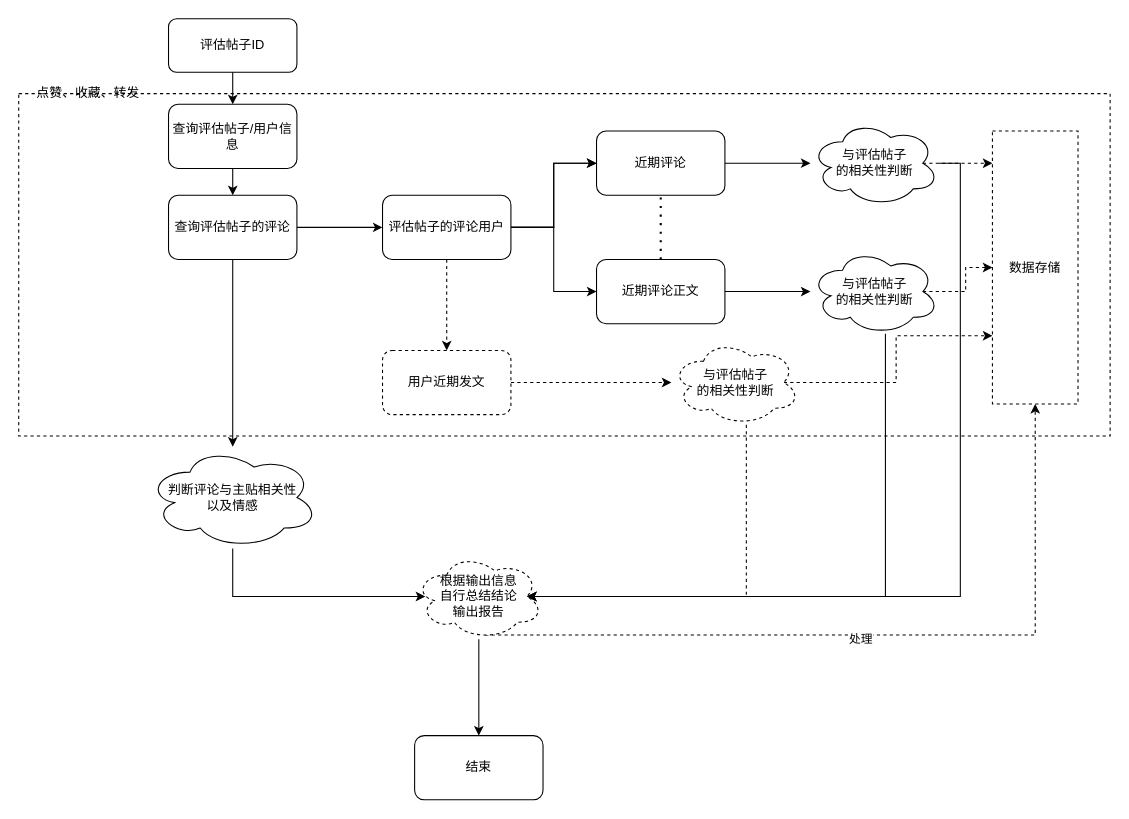
LLwill/drow.io keeps this draw.io diagram as file/未来展望.drawio. Above is the earlier version. Source tidied: cells renumbered, new cells numbered last; positions are measured from the earlier drawing's top-left corner, leaving out a move shared by most shapes. Both pictures are drawn from the tidied source at 107%, with x=0, y=0 at pixel (18, 18).
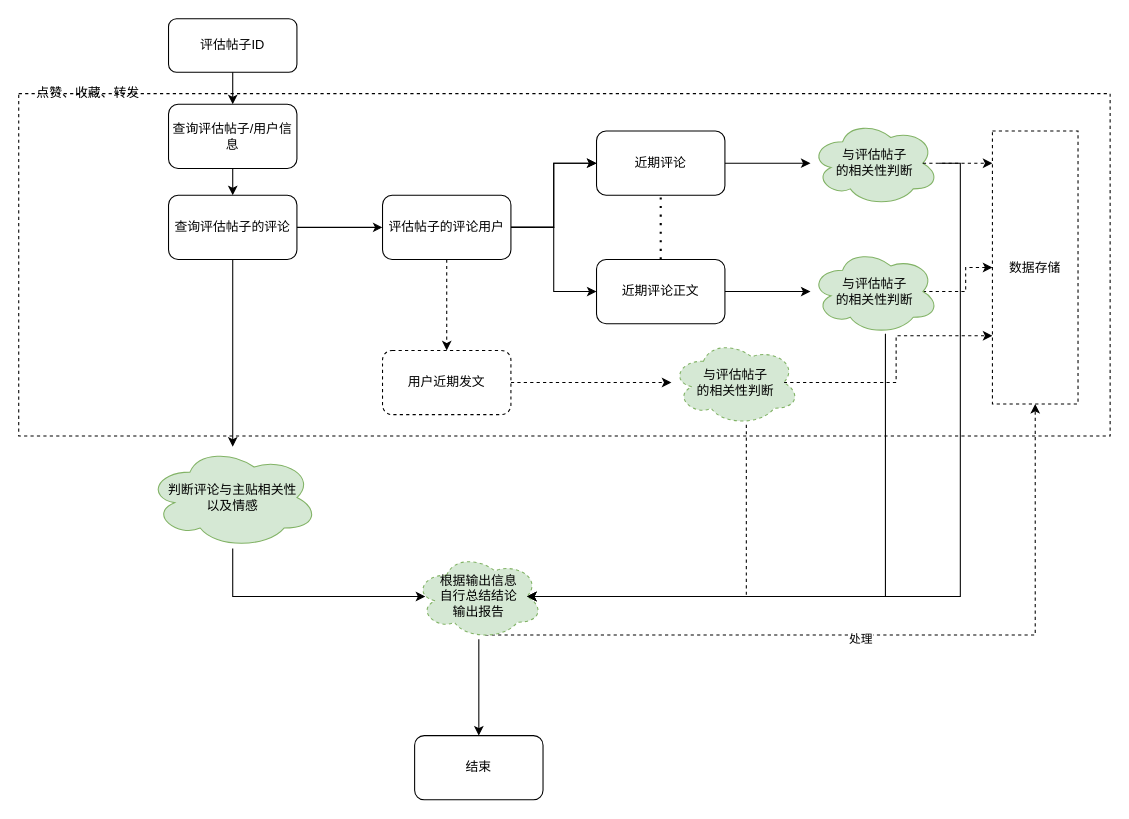
After the change.

Change to the diagram source:
```diff
@@
-    <mxCell id="9" value="判断评论与主贴相关性&lt;br&gt;以及情感" style="ellipse;shape=cloud;whiteSpace=wrap;html=1;rounded=1;" parent="1" vertex="1">
+    <mxCell id="9" value="判断评论与主贴相关性&lt;br&gt;以及情感" style="ellipse;shape=cloud;whiteSpace=wrap;html=1;rounded=1;fillColor=#d5e8d4;strokeColor=#82b366;" parent="1" vertex="1">
       <mxGeometry x="120" y="400" width="160" height="95" as="geometry" />
     </mxCell>
@@
-    <mxCell id="20" value="与评估帖子&lt;br&gt;的相关性判断" style="ellipse;shape=cloud;whiteSpace=wrap;html=1;rounded=1;" parent="1" vertex="1">
+    <mxCell id="20" value="与评估帖子&lt;br&gt;的相关性判断" style="ellipse;shape=cloud;whiteSpace=wrap;html=1;rounded=1;fillColor=#d5e8d4;strokeColor=#82b366;" parent="1" vertex="1">
       <mxGeometry x="740" y="95" width="120" height="80" as="geometry" />
     </mxCell>
@@
-    <mxCell id="24" value="与评估帖子&lt;br style=&quot;border-color: var(--border-color);&quot;&gt;的相关性判断" style="ellipse;shape=cloud;whiteSpace=wrap;html=1;rounded=1;" parent="1" vertex="1">
+    <mxCell id="24" value="与评估帖子&lt;br style=&quot;border-color: var(--border-color);&quot;&gt;的相关性判断" style="ellipse;shape=cloud;whiteSpace=wrap;html=1;rounded=1;fillColor=#d5e8d4;strokeColor=#82b366;" parent="1" vertex="1">
       <mxGeometry x="740" y="215" width="120" height="80" as="geometry" />
     </mxCell>
@@
-    <mxCell id="32" value="根据输出信息&lt;br&gt;自行总结结论&lt;br&gt;输出报告" style="ellipse;shape=cloud;whiteSpace=wrap;html=1;dashed=1;" parent="1" vertex="1">
+    <mxCell id="32" value="根据输出信息&lt;br&gt;自行总结结论&lt;br&gt;输出报告" style="ellipse;shape=cloud;whiteSpace=wrap;html=1;dashed=1;fillColor=#d5e8d4;strokeColor=#82b366;" parent="1" vertex="1">
       <mxGeometry x="370" y="500" width="120" height="80" as="geometry" />
     </mxCell>
@@
-    <mxCell id="36" value="与评估帖子&lt;br style=&quot;border-color: var(--border-color);&quot;&gt;的相关性判断" style="ellipse;shape=cloud;whiteSpace=wrap;html=1;rounded=1;dashed=1;" parent="1" vertex="1">
+    <mxCell id="36" value="与评估帖子&lt;br style=&quot;border-color: var(--border-color);&quot;&gt;的相关性判断" style="ellipse;shape=cloud;whiteSpace=wrap;html=1;rounded=1;dashed=1;fillColor=#d5e8d4;strokeColor=#82b366;" parent="1" vertex="1">
       <mxGeometry x="610" y="300" width="120" height="80" as="geometry" />
     </mxCell>
```
